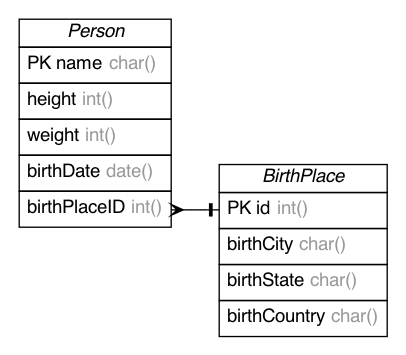
Earlier version of the Graphviz export example/example.png (ehne/ERDot). Its source is kept beside it as example/example.dot.
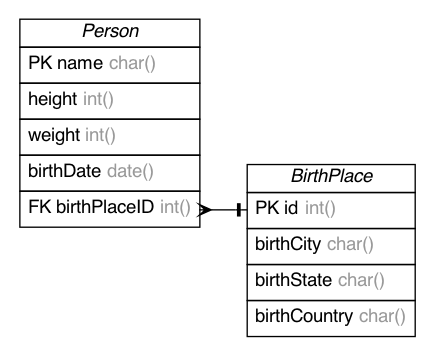
The same diagram one commit later.

Commit message:
fix FK not being in example. Issue: #2

Change to the diagram source:
```diff
@@ -28,7 +28,7 @@
         <tr><td port="height" align="left" cellpadding="5">height <font color="grey60">int()</font></td></tr>
         <tr><td port="weight" align="left" cellpadding="5">weight <font color="grey60">int()</font></td></tr>
         <tr><td port="birthDate" align="left" cellpadding="5">birthDate <font color="grey60">date()</font></td></tr>
-        <tr><td port="birthPlaceID" align="left" cellpadding="5">birthPlaceID <font color="grey60">int()</font></td></tr>
+        <tr><td port="birthPlaceID" align="left" cellpadding="5">FK birthPlaceID <font color="grey60">int()</font></td></tr>
     </table>>];
     BirthPlace [ label=<
         <table border="0" cellborder="1" cellspacing="0" >
```
